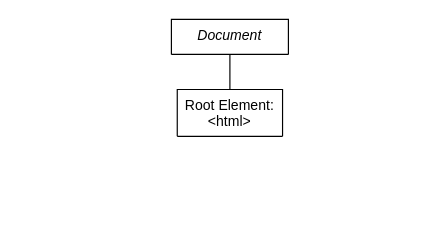
The draw.io diagram .diagrams/fe-main-template.drawio in Bilgecrank/hindsite, before the edit. Source tidied: cells renumbered, new cells numbered last; positions are measured from the earlier drawing's top-left corner, leaving out a move shared by most shapes. Both pictures are drawn from the tidied source at 117%, with x=0, y=0 at pixel (171, 19).
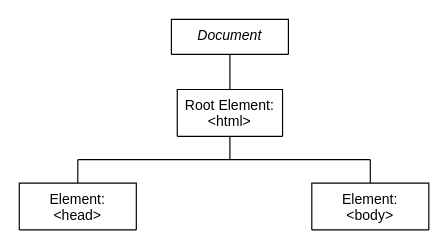
The same page after the edit.

The edit, as a diff of the source:
```diff
@@
 <mxGraphModel>
   <root>
     <mxCell id="0" />
     <mxCell id="1" parent="0" />
     <mxCell id="2" value="Document" style="swimlane;fontStyle=2;align=center;verticalAlign=top;horizontal=1;startSize=30;rounded=0;shadow=0;strokeWidth=1;" parent="1" vertex="1">
       <mxGeometry width="100" height="30" as="geometry" />
     </mxCell>
     <mxCell id="3" value="Root Element:&#10;&lt;html&gt;&#10;" style="swimlane;fontStyle=0;align=center;verticalAlign=top;horizontal=1;startSize=50;rounded=0;shadow=0;strokeWidth=1;" parent="1" vertex="1">
       <mxGeometry x="5" y="60" width="90" height="40" as="geometry" />
     </mxCell>
     <mxCell id="4" style="endArrow=none;html=1;rounded=0;entryX=0.5;entryY=1;entryDx=0;entryDy=0;exitX=0.5;exitY=0;exitDx=0;exitDy=0;" parent="1" edge="1" source="3" target="2">
       <mxGeometry relative="1" as="geometry" />
     </mxCell>
+    <mxCell id="5" style="endArrow=none;html=1;rounded=0;entryX=0.5;entryY=1;entryDx=0;entryDy=0;" parent="1" edge="1" target="3">
+      <mxGeometry relative="1" as="geometry">
+        <mxPoint x="50" y="120" as="sourcePoint" />
+        <Array as="points">
+          <mxPoint x="50" y="120" />
+        </Array>
+      </mxGeometry>
+    </mxCell>
+    <mxCell id="6" style="endArrow=none;html=1;rounded=0;" parent="1" edge="1">
+      <mxGeometry relative="1" as="geometry">
+        <mxPoint x="-80" y="120" as="sourcePoint" />
+        <mxPoint x="170" y="120" as="targetPoint" />
+        <Array as="points">
+          <mxPoint x="50" y="120" />
+        </Array>
+      </mxGeometry>
+    </mxCell>
+    <mxCell id="7" value="Element:&#10;&lt;head&gt;&#10;" style="swimlane;fontStyle=0;align=center;verticalAlign=top;horizontal=1;startSize=50;rounded=0;shadow=0;strokeWidth=1;" parent="1" vertex="1">
+      <mxGeometry x="-130" y="140" width="100" height="40" as="geometry" />
+    </mxCell>
+    <mxCell id="8" style="endArrow=none;html=1;rounded=0;entryX=0.5;entryY=0;entryDx=0;entryDy=0;" parent="1" edge="1" target="7">
+      <mxGeometry relative="1" as="geometry">
+        <mxPoint x="-80" y="120" as="sourcePoint" />
+      </mxGeometry>
+    </mxCell>
+    <mxCell id="9" value="Element:&#10;&lt;body&gt;&#10;" style="swimlane;fontStyle=0;align=center;verticalAlign=top;horizontal=1;startSize=50;rounded=0;shadow=0;strokeWidth=1;" parent="1" vertex="1">
+      <mxGeometry x="120" y="140" width="100" height="40" as="geometry" />
+    </mxCell>
+    <mxCell id="10" style="endArrow=none;html=1;rounded=0;entryX=0.5;entryY=0;entryDx=0;entryDy=0;" parent="1" edge="1" target="9">
+      <mxGeometry relative="1" as="geometry">
+        <mxPoint x="170" y="120" as="sourcePoint" />
+      </mxGeometry>
+    </mxCell>
   </root>
 </mxGraphModel>
```
